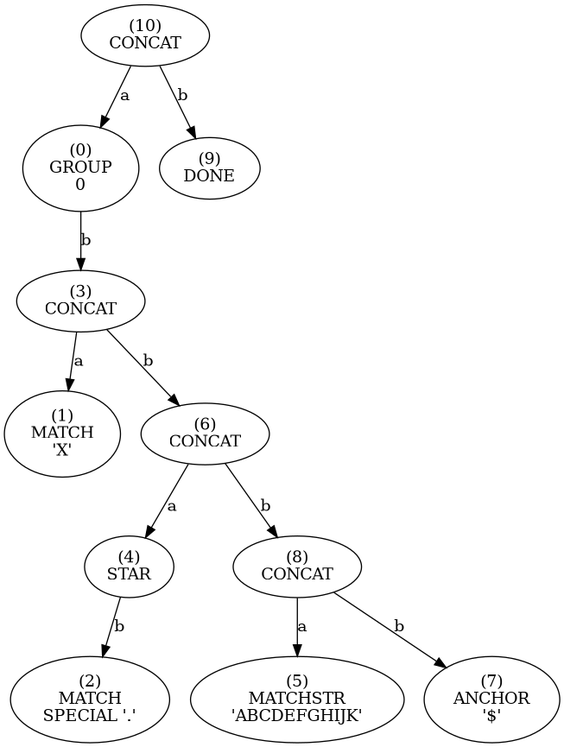
The Graphviz diagram tree/lee.png in essele/rele, before a commit. Its source is kept beside it as tree/lee.dot.
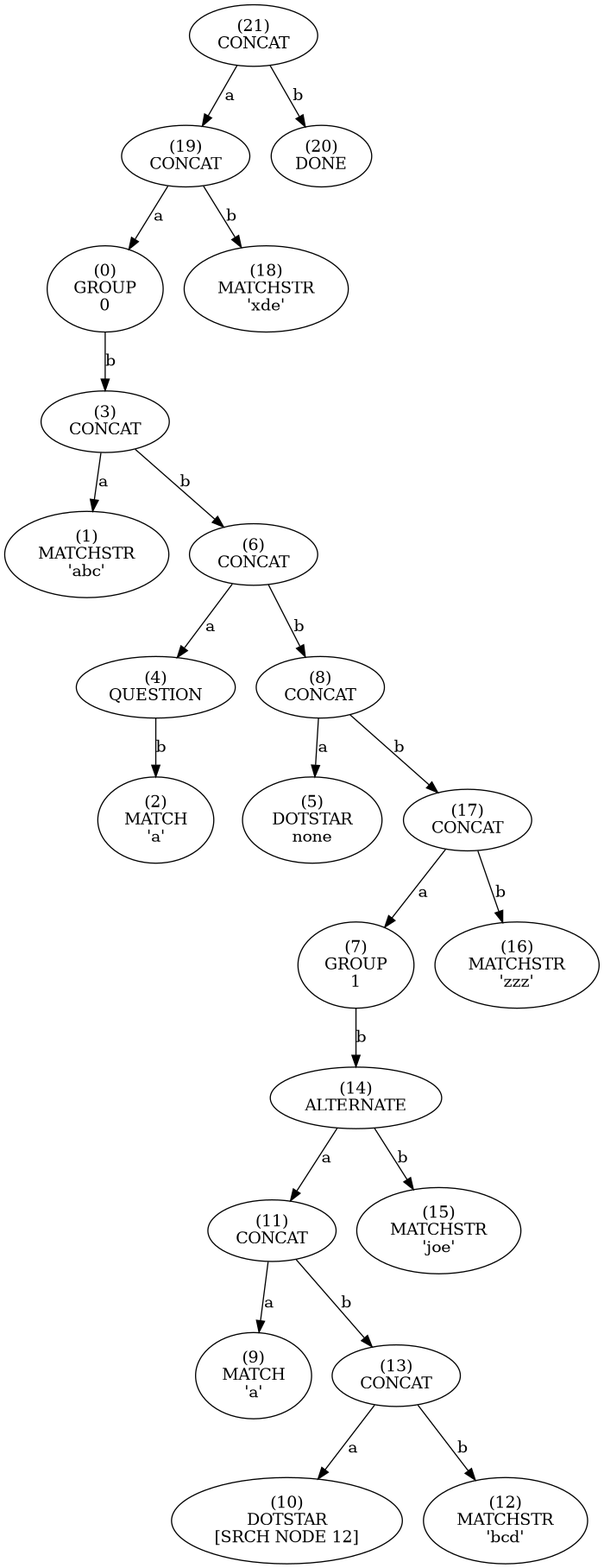
After the change.

What changed in the source:
```diff
@@ -1,45 +1,89 @@
 digraph tree {
-    n0xb85995d37420 [label="(10)
+    n0xb28a2a969580 [label="(21)
 CONCAT
 "];
-    n0xb85995d37420 -> n0xb85995d372e0 [label="a"];
-    n0xb85995d372e0 [label="(0)
+    n0xb28a2a969580 -> n0xb28a2a969540 [label="a"];
+    n0xb28a2a969540 [label="(19)
+CONCAT
+"];
+    n0xb28a2a969540 -> n0xb28a2a9692e0 [label="a"];
+    n0xb28a2a9692e0 [label="(0)
 GROUP
 0"];
-    n0xb85995d372e0 -> n0xb85995d37340 [label="b"];
-    n0xb85995d37340 [label="(3)
+    n0xb28a2a9692e0 -> n0xb28a2a969340 [label="b"];
+    n0xb28a2a969340 [label="(3)
 CONCAT
 "];
-    n0xb85995d37340 -> n0xb85995d37300 [label="a"];
-    n0xb85995d37300 [label="(1)
-MATCH
-'X'"];
-    n0xb85995d37340 -> n0xb85995d373a0 [label="b"];
-    n0xb85995d373a0 [label="(6)
+    n0xb28a2a969340 -> n0xb28a2a969300 [label="a"];
+    n0xb28a2a969300 [label="(1)
+MATCHSTR
+'abc'"];
+    n0xb28a2a969340 -> n0xb28a2a9693a0 [label="b"];
+    n0xb28a2a9693a0 [label="(6)
 CONCAT
 "];
-    n0xb85995d373a0 -> n0xb85995d37360 [label="a"];
-    n0xb85995d37360 [label="(4)
-STAR
+    n0xb28a2a9693a0 -> n0xb28a2a969360 [label="a"];
+    n0xb28a2a969360 [label="(4)
+QUESTION
 "];
-    n0xb85995d37360 -> n0xb85995d37320 [label="b"];
-    n0xb85995d37320 [label="(2)
+    n0xb28a2a969360 -> n0xb28a2a969320 [label="b"];
+    n0xb28a2a969320 [label="(2)
 MATCH
-SPECIAL '.'"];
-    n0xb85995d373a0 -> n0xb85995d373e0 [label="b"];
-    n0xb85995d373e0 [label="(8)
+'a'"];
+    n0xb28a2a9693a0 -> n0xb28a2a9693e0 [label="b"];
+    n0xb28a2a9693e0 [label="(8)
 CONCAT
 "];
-    n0xb85995d373e0 -> n0xb85995d37380 [label="a"];
-    n0xb85995d37380 [label="(5)
+    n0xb28a2a9693e0 -> n0xb28a2a969380 [label="a"];
+    n0xb28a2a969380 [label="(5)
+DOTSTAR
+none"];
+    n0xb28a2a9693e0 -> n0xb28a2a969500 [label="b"];
+    n0xb28a2a969500 [label="(17)
+CONCAT
+"];
+    n0xb28a2a969500 -> n0xb28a2a9693c0 [label="a"];
+    n0xb28a2a9693c0 [label="(7)
+GROUP
+1"];
+    n0xb28a2a9693c0 -> n0xb28a2a9694a0 [label="b"];
+    n0xb28a2a9694a0 [label="(14)
+ALTERNATE
+"];
+    n0xb28a2a9694a0 -> n0xb28a2a969440 [label="a"];
+    n0xb28a2a969440 [label="(11)
+CONCAT
+"];
+    n0xb28a2a969440 -> n0xb28a2a969400 [label="a"];
+    n0xb28a2a969400 [label="(9)
+MATCH
+'a'"];
+    n0xb28a2a969440 -> n0xb28a2a969480 [label="b"];
+    n0xb28a2a969480 [label="(13)
+CONCAT
+"];
+    n0xb28a2a969480 -> n0xb28a2a969420 [label="a"];
+    n0xb28a2a969420 [label="(10)
+DOTSTAR
+[SRCH NODE 12]"];
+    n0xb28a2a969480 -> n0xb28a2a969460 [label="b"];
+    n0xb28a2a969460 [label="(12)
 MATCHSTR
-'ABCDEFGHIJK'"];
-    n0xb85995d373e0 -> n0xb85995d373c0 [label="b"];
-    n0xb85995d373c0 [label="(7)
-ANCHOR
-'$'"];
-    n0xb85995d37420 -> n0xb85995d37400 [label="b"];
-    n0xb85995d37400 [label="(9)
+'bcd'"];
+    n0xb28a2a9694a0 -> n0xb28a2a9694c0 [label="b"];
+    n0xb28a2a9694c0 [label="(15)
+MATCHSTR
+'joe'"];
+    n0xb28a2a969500 -> n0xb28a2a9694e0 [label="b"];
+    n0xb28a2a9694e0 [label="(16)
+MATCHSTR
+'zzz'"];
+    n0xb28a2a969540 -> n0xb28a2a969520 [label="b"];
+    n0xb28a2a969520 [label="(18)
+MATCHSTR
+'xde'"];
+    n0xb28a2a969580 -> n0xb28a2a969560 [label="b"];
+    n0xb28a2a969560 [label="(20)
 DONE
 "];
 }
```
